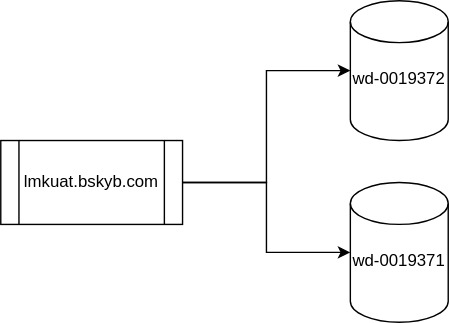
Earlier version of the draw.io export lb_testing.drawio.svg (EdMor17/GrafanaFlow_Testing). Source tidied: cells renumbered, new cells last; positions are measured from the earlier drawing's top-left corner, leaving out a move shared by most shapes.
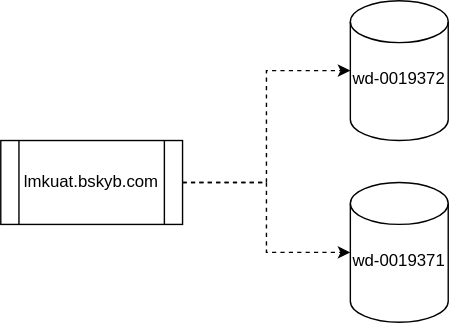
After the change.

Change to the diagram source:
```diff
@@ -13,10 +13,10 @@
     <mxCell id="4" value="wd-0019371&lt;div&gt;&lt;br&gt;&lt;/div&gt;" style="shape=cylinder3;whiteSpace=wrap;html=1;boundedLbl=1;backgroundOutline=1;size=15;fillStyle=solid;" parent="1" vertex="1">
       <mxGeometry x="250" y="130" width="70" height="100" as="geometry" />
     </mxCell>
-    <mxCell id="5" style="edgeStyle=orthogonalEdgeStyle;rounded=0;jettySize=auto;html=1;entryX=0;entryY=0.5;entryDx=0;entryDy=0;entryPerimeter=0;" parent="1" edge="1" source="2" target="3">
+    <mxCell id="5" style="edgeStyle=orthogonalEdgeStyle;rounded=0;jettySize=auto;html=1;entryX=0;entryY=0.5;entryDx=0;entryDy=0;entryPerimeter=0;dashed=1;" parent="1" edge="1" source="2" target="3">
       <mxGeometry relative="1" as="geometry" />
     </mxCell>
-    <mxCell id="6" style="edgeStyle=orthogonalEdgeStyle;rounded=0;jettySize=auto;html=1;entryX=0;entryY=0.5;entryDx=0;entryDy=0;entryPerimeter=0;" parent="1" edge="1" source="2" target="4">
+    <mxCell id="6" style="edgeStyle=orthogonalEdgeStyle;rounded=0;jettySize=auto;html=1;entryX=0;entryY=0.5;entryDx=0;entryDy=0;entryPerimeter=0;dashed=1;" parent="1" edge="1" source="2" target="4">
       <mxGeometry relative="1" as="geometry" />
     </mxCell>
   </root>
```
